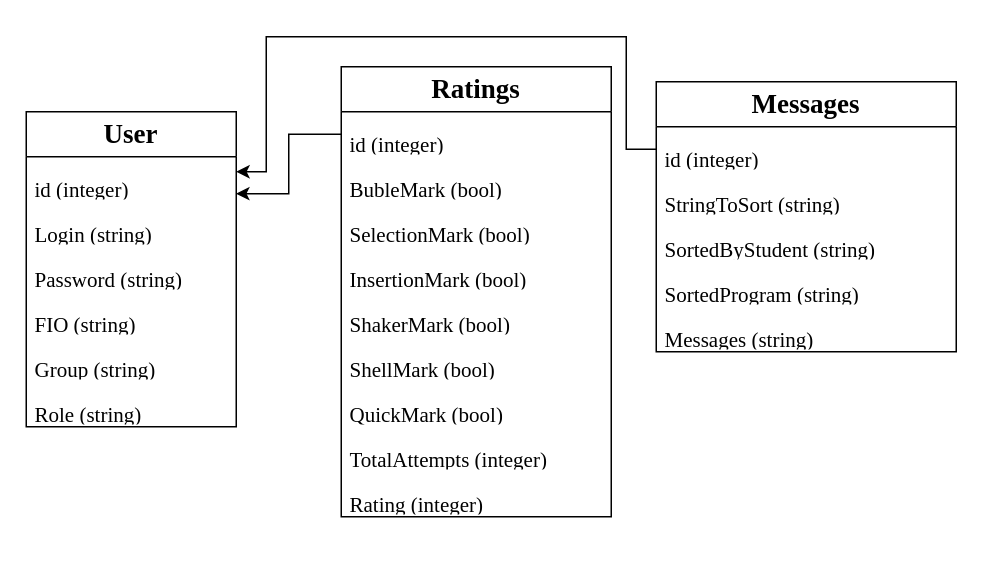
Above: Структура базы данных.drawio in KUZIY/diplom (draw.io), before the change. Source tidied: cells renumbered, new cells numbered last; positions are measured from the earlier drawing's top-left corner, leaving out a move shared by most shapes. Both pictures are drawn from the tidied source at 150%, with x=0, y=0 at pixel (26, 36).
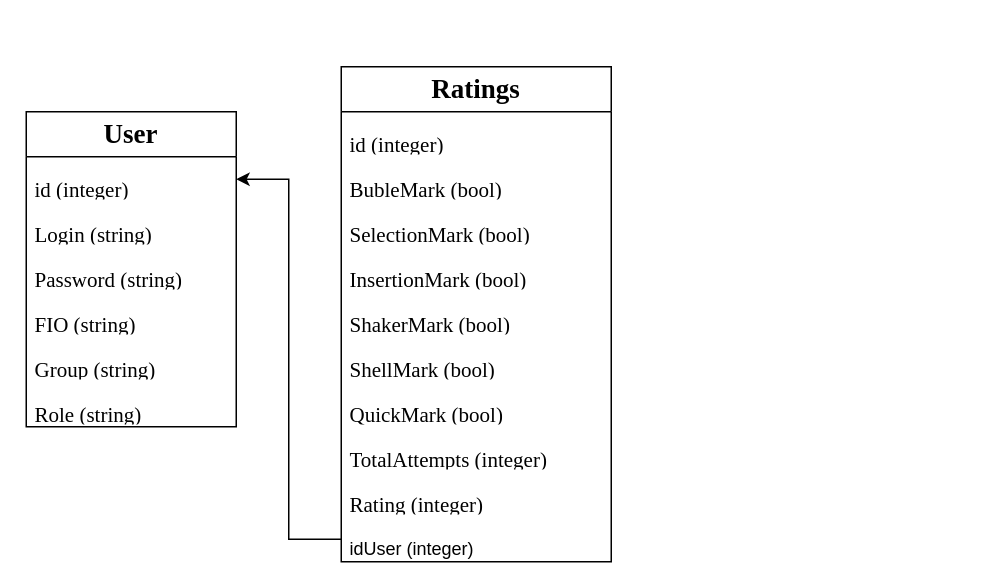
Above is the later version.

Unchanged cells that the change refers to:
```xml
<mxCell id="3" value="&lt;p&gt;&lt;font style=&quot;font-size: 14px;&quot; face=&quot;Times New Roman&quot;&gt;id (integer)&lt;/font&gt;&lt;/p&gt;" style="text;strokeColor=none;fillColor=none;align=left;verticalAlign=middle;spacingLeft=4;spacingRight=4;overflow=hidden;points=[[0,0.5],[1,0.5]];portConstraint=eastwest;whiteSpace=wrap;html=1;" parent="2" vertex="1">
  <mxGeometry y="30" width="140" height="30" as="geometry" />
</mxCell>
<mxCell id="10" value="&lt;p&gt;&lt;font style=&quot;font-size: 14px;&quot; face=&quot;Times New Roman&quot;&gt;id (integer)&lt;/font&gt;&lt;/p&gt;" style="text;strokeColor=none;fillColor=none;align=left;verticalAlign=middle;spacingLeft=4;spacingRight=4;overflow=hidden;points=[[0,0.5],[1,0.5]];portConstraint=eastwest;whiteSpace=wrap;html=1;" parent="9" vertex="1">
  <mxGeometry y="30" width="180" height="30" as="geometry" />
</mxCell>
```

Change to the diagram source:
```diff
@@
     <mxCell id="9" value="&lt;h2&gt;&lt;font face=&quot;Times New Roman&quot;&gt;Ratings&lt;/font&gt;&lt;/h2&gt;" style="swimlane;fontStyle=0;horizontal=1;startSize=30;whiteSpace=wrap;html=1;" parent="1" vertex="1">
-      <mxGeometry x="210" y="20" width="180" height="300" as="geometry" />
+      <mxGeometry x="210" y="20" width="180" height="330" as="geometry" />
     </mxCell>
@@
-    <mxCell id="19" value="&lt;h2&gt;&lt;font face=&quot;Times New Roman&quot;&gt;Messages&lt;/font&gt;&lt;/h2&gt;" style="swimlane;fontStyle=0;horizontal=1;startSize=30;whiteSpace=wrap;html=1;" parent="1" vertex="1">
-      <mxGeometry x="420" y="30" width="200" height="180" as="geometry" />
-    </mxCell>
-    <mxCell id="20" value="&lt;p&gt;&lt;font style=&quot;font-size: 14px;&quot; face=&quot;Times New Roman&quot;&gt;id (integer)&lt;/font&gt;&lt;/p&gt;" style="text;strokeColor=none;fillColor=none;align=left;verticalAlign=middle;spacingLeft=4;spacingRight=4;overflow=hidden;points=[[0,0.5],[1,0.5]];portConstraint=eastwest;whiteSpace=wrap;html=1;" parent="19" vertex="1">
-      <mxGeometry y="30" width="200" height="30" as="geometry" />
-    </mxCell>
-    <mxCell id="21" value="&lt;p&gt;&lt;font face=&quot;Times New Roman&quot; style=&quot;font-size: 14px;&quot;&gt;StringToSort (string)&lt;/font&gt;&lt;/p&gt;" style="text;strokeColor=none;fillColor=none;align=left;verticalAlign=middle;spacingLeft=4;spacingRight=4;overflow=hidden;whiteSpace=wrap;html=1;" parent="19" vertex="1">
-      <mxGeometry y="60" width="200" height="30" as="geometry" />
-    </mxCell>
-    <mxCell id="22" value="&lt;p&gt;&lt;font style=&quot;font-size: 14px;&quot; face=&quot;Times New Roman&quot;&gt;SortedByStudent (string)&lt;/font&gt;&lt;/p&gt;" style="text;strokeColor=none;fillColor=none;align=left;verticalAlign=middle;spacingLeft=4;spacingRight=4;overflow=hidden;whiteSpace=wrap;html=1;" parent="19" vertex="1">
-      <mxGeometry y="90" width="200" height="30" as="geometry" />
-    </mxCell>
-    <mxCell id="23" value="&lt;p&gt;&lt;font style=&quot;font-size: 14px;&quot; face=&quot;Times New Roman&quot;&gt;SortedProgram (string)&lt;/font&gt;&lt;/p&gt;" style="text;strokeColor=none;fillColor=none;align=left;verticalAlign=middle;spacingLeft=4;spacingRight=4;overflow=hidden;whiteSpace=wrap;html=1;" parent="19" vertex="1">
-      <mxGeometry y="120" width="200" height="30" as="geometry" />
-    </mxCell>
-    <mxCell id="24" value="&lt;p&gt;&lt;font style=&quot;font-size: 14px;&quot; face=&quot;Times New Roman&quot;&gt;Messages (string)&lt;/font&gt;&lt;/p&gt;" style="text;strokeColor=none;fillColor=none;align=left;verticalAlign=middle;spacingLeft=4;spacingRight=4;overflow=hidden;whiteSpace=wrap;html=1;" parent="19" vertex="1">
-      <mxGeometry y="150" width="200" height="30" as="geometry" />
-    </mxCell>
-    <mxCell id="25" style="edgeStyle=orthogonalEdgeStyle;rounded=0;jettySize=auto;html=1;" parent="1" edge="1" source="20">
-      <mxGeometry relative="1" as="geometry">
-        <mxPoint x="140" y="90" as="targetPoint" />
-        <Array as="points">
-          <mxPoint x="400" y="75" />
-          <mxPoint x="400" />
-          <mxPoint x="160" />
-          <mxPoint x="160" y="90" />
-        </Array>
-      </mxGeometry>
-    </mxCell>
-    <mxCell id="26" style="edgeStyle=orthogonalEdgeStyle;rounded=0;jettySize=auto;html=1;entryX=0.999;entryY=0.82;entryDx=0;entryDy=0;entryPerimeter=0;" parent="1" edge="1" source="10" target="3">
-      <mxGeometry relative="1" as="geometry" />
-    </mxCell>
+    <mxCell id="27" value="&lt;p&gt;idUser (integer)&lt;br&gt;&lt;/p&gt;" style="text;strokeColor=none;fillColor=none;align=left;verticalAlign=middle;spacingLeft=4;spacingRight=4;overflow=hidden;points=[[0,0.5],[1,0.5]];portConstraint=eastwest;whiteSpace=wrap;html=1;" parent="9" vertex="1">
+      <mxGeometry y="300" width="180" height="30" as="geometry" />
+    </mxCell>
+    <mxCell id="28" style="edgeStyle=orthogonalEdgeStyle;rounded=0;jettySize=auto;html=1;entryX=1;entryY=0.5;entryDx=0;entryDy=0;" parent="1" edge="1" source="27" target="3">
+      <mxGeometry relative="1" as="geometry" />
+    </mxCell>
```
